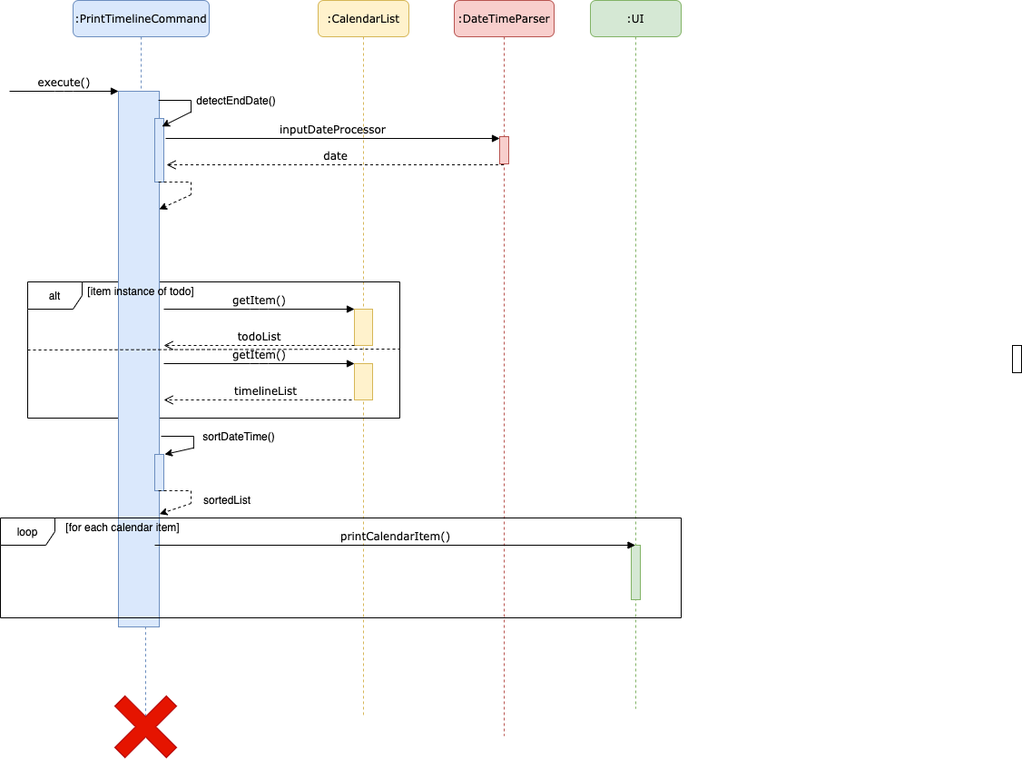
nus-cs2113-AY2021S1/tp keeps this draw.io diagram as docs/images/PrintTimelineCommand_SD.png. Above is the earlier version. Source tidied: cells renumbered, new cells last; positions are measured from the earlier drawing's top-left corner, leaving out a move shared by most shapes.
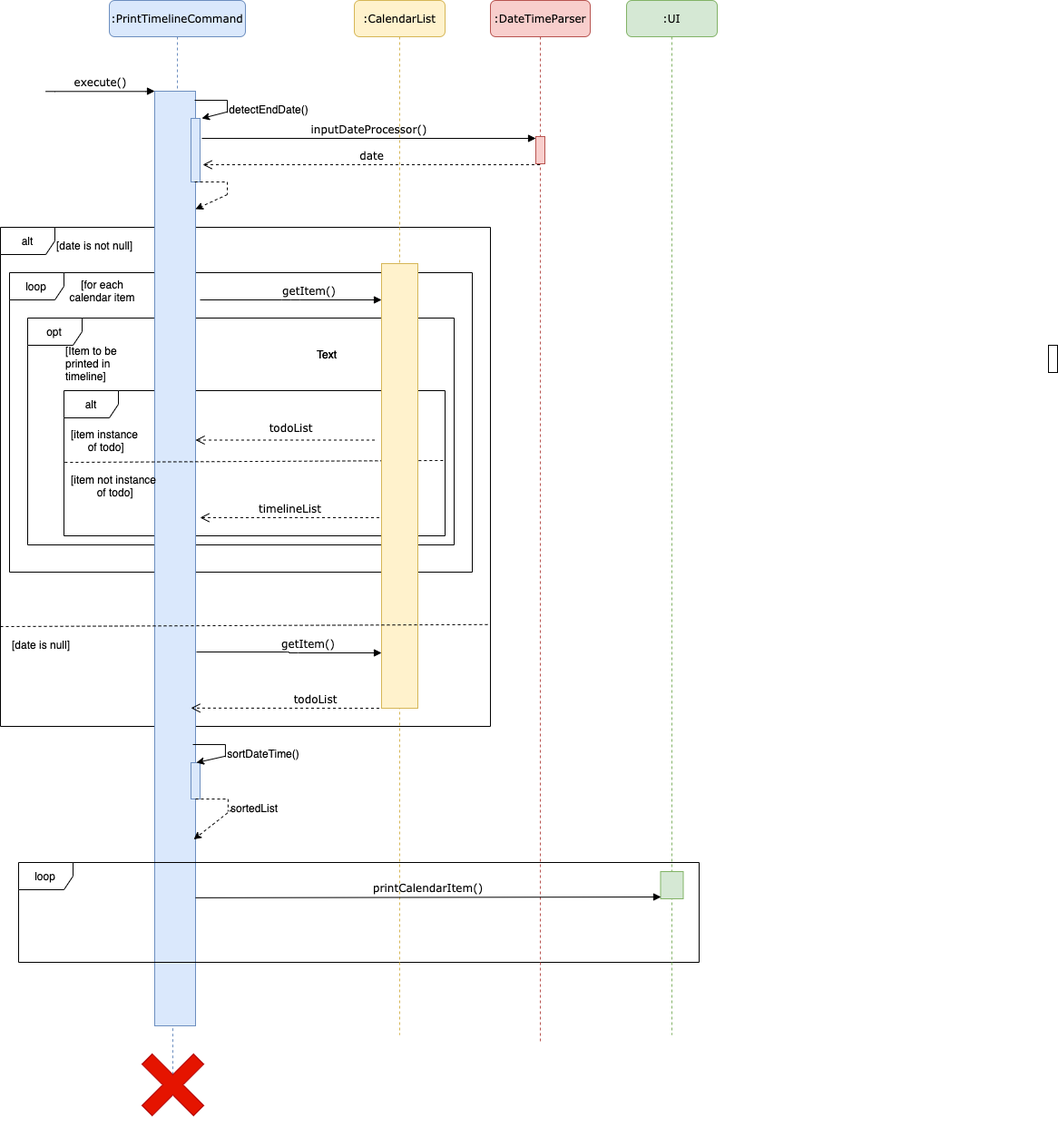
The same file after the commit.

Diff of the diagram source:
```diff
@@ -2,36 +2,69 @@
   <root>
     <mxCell id="0" />
     <mxCell id="1" parent="0" />
+    <mxCell id="40" value="opt" style="shape=umlFrame;whiteSpace=wrap;html=1;" parent="1" vertex="1">
+      <mxGeometry x="-10" y="350" width="470" height="250" as="geometry" />
+    </mxCell>
+    <mxCell id="41" value="loop" style="shape=umlFrame;whiteSpace=wrap;html=1;" parent="1" vertex="1">
+      <mxGeometry x="-30" y="300" width="510" height="330" as="geometry" />
+    </mxCell>
+    <mxCell id="42" value="alt" style="shape=umlFrame;whiteSpace=wrap;html=1;" parent="1" vertex="1">
+      <mxGeometry x="-40" y="250" width="540" height="550" as="geometry" />
+    </mxCell>
+    <mxCell id="9" value=":PrintTimelineCommand" style="shape=umlLifeline;perimeter=lifelinePerimeter;whiteSpace=wrap;html=1;rounded=1;shadow=0;comic=0;labelBackgroundColor=none;strokeWidth=1;fontFamily=Verdana;fontSize=12;align=center;fillColor=#dae8fc;strokeColor=#6c8ebf;size=40;" parent="1" vertex="1">
+      <mxGeometry x="80" width="150" height="1130" as="geometry" />
+    </mxCell>
+    <mxCell id="43" value="alt" style="shape=umlFrame;whiteSpace=wrap;html=1;" parent="9" vertex="1">
+      <mxGeometry x="-50" y="430" width="420" height="160" as="geometry" />
+    </mxCell>
+    <mxCell id="10" style="html=1;points=[];perimeter=orthogonalPerimeter;rounded=0;shadow=0;comic=0;labelBackgroundColor=none;strokeWidth=1;fontFamily=Verdana;fontSize=12;align=center;fillColor=#dae8fc;strokeColor=#6c8ebf;" parent="9" vertex="1">
+      <mxGeometry x="50" y="100" width="45" height="1030" as="geometry" />
+    </mxCell>
+    <mxCell id="11" style="html=1;points=[];perimeter=orthogonalPerimeter;fillColor=#dae8fc;strokeColor=#6c8ebf;" parent="9" vertex="1">
+      <mxGeometry x="90" y="130" width="10" height="70" as="geometry" />
+    </mxCell>
+    <mxCell id="22" style="html=1;perimeter=orthogonalPerimeter;fillColor=#dae8fc;strokeColor=#6c8ebf;" parent="9" vertex="1">
+      <mxGeometry x="90" y="840" width="10" height="40" as="geometry" />
+    </mxCell>
+    <mxCell id="44" style="endArrow=none;dashed=1;html=1;exitX=0.002;exitY=0.494;exitDx=0;exitDy=0;exitPerimeter=0;entryX=1.002;entryY=0.481;entryDx=0;entryDy=0;entryPerimeter=0;" parent="9" edge="1" source="43" target="43">
+      <mxGeometry relative="1" as="geometry" />
+    </mxCell>
+    <mxCell id="19" value="timelineList" style="html=1;verticalAlign=bottom;endArrow=open;dashed=1;endSize=8;labelBackgroundColor=none;fontFamily=Verdana;fontSize=12;elbow=vertical;" parent="9" edge="1">
+      <mxGeometry relative="1" as="geometry">
+        <mxPoint x="297.5" y="570" as="sourcePoint" />
+        <mxPoint x="100" y="570" as="targetPoint" />
+      </mxGeometry>
+    </mxCell>
+    <mxCell id="18" value="todoList" style="html=1;verticalAlign=bottom;endArrow=open;dashed=1;endSize=8;labelBackgroundColor=none;fontFamily=Verdana;fontSize=12;elbow=vertical;" parent="9" edge="1">
+      <mxGeometry x="-0.06" y="-4" relative="1" as="geometry">
+        <mxPoint x="292.5" y="484.5" as="sourcePoint" />
+        <mxPoint x="95" y="484.5" as="targetPoint" />
+      </mxGeometry>
+    </mxCell>
+    <mxCell id="20" value="[item instance&lt;br&gt;&amp;nbsp;of todo]" style="text;html=1;strokeColor=none;fillColor=none;align=center;verticalAlign=middle;whiteSpace=wrap;rounded=0;" parent="9" vertex="1">
+      <mxGeometry x="-70" y="475" width="130" height="20" as="geometry" />
+    </mxCell>
+    <mxCell id="26" value="loop" style="shape=umlFrame;whiteSpace=wrap;html=1;" parent="1" vertex="1">
+      <mxGeometry x="-20" y="950" width="750" height="110" as="geometry" />
+    </mxCell>
     <mxCell id="2" value=":CalendarList" style="shape=umlLifeline;perimeter=lifelinePerimeter;whiteSpace=wrap;html=1;rounded=1;shadow=0;comic=0;labelBackgroundColor=none;strokeWidth=1;fontFamily=Verdana;fontSize=12;align=center;fillColor=#fff2cc;strokeColor=#d6b656;" parent="1" vertex="1">
-      <mxGeometry x="350" width="100" height="790" as="geometry" />
+      <mxGeometry x="350" width="100" height="1140" as="geometry" />
     </mxCell>
     <mxCell id="3" style="html=1;perimeter=orthogonalPerimeter;rounded=0;shadow=0;comic=0;labelBackgroundColor=none;strokeWidth=1;fontFamily=Verdana;fontSize=12;align=center;fillColor=#fff2cc;strokeColor=#d6b656;" parent="2" vertex="1">
-      <mxGeometry x="40" y="340" width="20" height="40" as="geometry" />
+      <mxGeometry x="30" y="290" width="40" height="490" as="geometry" />
     </mxCell>
-    <mxCell id="4" value="alt" style="shape=umlFrame;whiteSpace=wrap;html=1;" parent="2" vertex="1">
-      <mxGeometry x="-320" y="310" width="410" height="150" as="geometry" />
-    </mxCell>
     <mxCell id="5" value=":DateTimeParser" style="shape=umlLifeline;perimeter=lifelinePerimeter;whiteSpace=wrap;html=1;outlineConnect=0;rounded=1;shadow=0;comic=0;labelBackgroundColor=none;strokeWidth=1;fontFamily=Verdana;fontSize=12;align=center;fillColor=#f8cecc;strokeColor=#b85450;" parent="1" vertex="1">
-      <mxGeometry x="500" width="110" height="810" as="geometry" />
+      <mxGeometry x="500" width="110" height="1150" as="geometry" />
     </mxCell>
     <mxCell id="6" style="html=1;perimeter=orthogonalPerimeter;rounded=0;shadow=0;comic=0;labelBackgroundColor=none;strokeWidth=1;fontFamily=Verdana;fontSize=12;align=center;fillColor=#f8cecc;strokeColor=#b85450;" parent="5" vertex="1">
       <mxGeometry x="50" y="150" width="10" height="30" as="geometry" />
     </mxCell>
     <mxCell id="7" value=":UI" style="shape=umlLifeline;perimeter=lifelinePerimeter;whiteSpace=wrap;html=1;outlineConnect=0;rounded=1;shadow=0;comic=0;labelBackgroundColor=none;strokeWidth=1;fontFamily=Verdana;fontSize=12;align=center;fillColor=#d5e8d4;strokeColor=#82b366;" parent="1" vertex="1">
-      <mxGeometry x="650" width="100" height="780" as="geometry" />
+      <mxGeometry x="650" width="100" height="1140" as="geometry" />
     </mxCell>
     <mxCell id="8" style="html=1;points=[];perimeter=orthogonalPerimeter;rounded=0;shadow=0;comic=0;labelBackgroundColor=none;strokeWidth=1;fontFamily=Verdana;fontSize=12;align=center;fillColor=#d5e8d4;strokeColor=#82b366;" parent="7" vertex="1">
-      <mxGeometry x="45" y="600" width="10" height="60" as="geometry" />
+      <mxGeometry x="37.5" y="960" width="25" height="30" as="geometry" />
     </mxCell>
-    <mxCell id="9" value=":PrintTimelineCommand" style="shape=umlLifeline;perimeter=lifelinePerimeter;whiteSpace=wrap;html=1;rounded=1;shadow=0;comic=0;labelBackgroundColor=none;strokeWidth=1;fontFamily=Verdana;fontSize=12;align=center;fillColor=#dae8fc;strokeColor=#6c8ebf;size=40;" parent="1" vertex="1">
-      <mxGeometry x="80" width="150" height="690" as="geometry" />
-    </mxCell>
-    <mxCell id="10" style="html=1;points=[];perimeter=orthogonalPerimeter;rounded=0;shadow=0;comic=0;labelBackgroundColor=none;strokeWidth=1;fontFamily=Verdana;fontSize=12;align=center;fillColor=#dae8fc;strokeColor=#6c8ebf;" parent="9" vertex="1">
-      <mxGeometry x="50" y="100" width="45" height="590" as="geometry" />
-    </mxCell>
-    <mxCell id="11" style="html=1;points=[];perimeter=orthogonalPerimeter;fillColor=#dae8fc;strokeColor=#6c8ebf;" parent="9" vertex="1">
-      <mxGeometry x="90" y="130" width="10" height="70" as="geometry" />
-    </mxCell>
     <mxCell id="12" style="html=1;perimeter=orthogonalPerimeter;rounded=0;shadow=0;comic=0;labelBackgroundColor=none;strokeColor=#000000;strokeWidth=1;fillColor=#FFFFFF;fontFamily=Verdana;fontSize=12;fontColor=#000000;align=center;" parent="1" vertex="1">
       <mxGeometry x="1115" y="380" width="10" height="30" as="geometry" />
     </mxCell>
@@ -41,7 +74,7 @@
         <mxPoint x="130" y="100" as="targetPoint" />
       </mxGeometry>
     </mxCell>
-    <mxCell id="14" value="inputDateProcessor" style="html=1;verticalAlign=bottom;endArrow=block;labelBackgroundColor=none;fontFamily=Verdana;fontSize=12;elbow=vertical;exitX=1.2;exitY=0.314;exitDx=0;exitDy=0;exitPerimeter=0;" parent="1" edge="1" source="11">
+    <mxCell id="14" value="inputDateProcessor()" style="html=1;verticalAlign=bottom;endArrow=block;labelBackgroundColor=none;fontFamily=Verdana;fontSize=12;elbow=vertical;exitX=1.2;exitY=0.314;exitDx=0;exitDy=0;exitPerimeter=0;" parent="1" edge="1" source="11">
       <mxGeometry relative="1" as="geometry">
         <mxPoint x="550" y="152" as="targetPoint" />
       </mxGeometry>
@@ -50,62 +83,25 @@
       <mxGeometry relative="1" as="geometry" />
     </mxCell>
     <mxCell id="16" value="getItem()" style="html=1;verticalAlign=bottom;endArrow=block;labelBackgroundColor=none;fontFamily=Verdana;fontSize=12;edgeStyle=elbowEdgeStyle;elbow=horizontal;" parent="1" edge="1">
-      <mxGeometry relative="1" as="geometry">
-        <mxPoint x="180" y="340" as="sourcePoint" />
-        <mxPoint x="390" y="340" as="targetPoint" />
+      <mxGeometry x="0.2" relative="1" as="geometry">
+        <mxPoint x="180" y="330" as="sourcePoint" />
+        <mxPoint x="380" y="330" as="targetPoint" />
       </mxGeometry>
     </mxCell>
-    <mxCell id="17" value="getItem()" style="html=1;verticalAlign=bottom;endArrow=block;labelBackgroundColor=none;fontFamily=Verdana;fontSize=12;edgeStyle=elbowEdgeStyle;elbow=horizontal;entryX=0;entryY=0;entryDx=0;entryDy=0;entryPerimeter=0;" parent="1" edge="1" target="39">
-      <mxGeometry relative="1" as="geometry">
-        <mxPoint x="180" y="400" as="sourcePoint" />
-      </mxGeometry>
-    </mxCell>
-    <mxCell id="18" value="todoList" style="html=1;verticalAlign=bottom;endArrow=open;dashed=1;endSize=8;labelBackgroundColor=none;fontFamily=Verdana;fontSize=12;elbow=vertical;" parent="1" edge="1">
-      <mxGeometry relative="1" as="geometry">
-        <mxPoint x="390" y="380" as="sourcePoint" />
-        <mxPoint x="180" y="380" as="targetPoint" />
-      </mxGeometry>
-    </mxCell>
-    <mxCell id="19" value="timelineList" style="html=1;verticalAlign=bottom;endArrow=open;dashed=1;endSize=8;labelBackgroundColor=none;fontFamily=Verdana;fontSize=12;elbow=vertical;" parent="1" edge="1">
-      <mxGeometry relative="1" as="geometry">
-        <mxPoint x="405" y="440" as="sourcePoint" />
-        <mxPoint x="180" y="440" as="targetPoint" />
-      </mxGeometry>
-    </mxCell>
-    <mxCell id="20" value="[item instance of todo]" style="text;html=1;strokeColor=none;fillColor=none;align=center;verticalAlign=middle;whiteSpace=wrap;rounded=0;" parent="1" vertex="1">
-      <mxGeometry x="90" y="310" width="130" height="20" as="geometry" />
-    </mxCell>
-    <mxCell id="21" style="endArrow=none;html=1;dashed=1;entryX=1;entryY=0.493;entryDx=0;entryDy=0;entryPerimeter=0;" parent="1" edge="1" target="4">
-      <mxGeometry relative="1" as="geometry">
-        <mxPoint x="30" y="385" as="sourcePoint" />
-      </mxGeometry>
-    </mxCell>
-    <mxCell id="22" style="html=1;perimeter=orthogonalPerimeter;fillColor=#dae8fc;strokeColor=#6c8ebf;" parent="1" vertex="1">
-      <mxGeometry x="170" y="500" width="10" height="40" as="geometry" />
-    </mxCell>
     <mxCell id="23" style="endArrow=none;dashed=1;html=1;fillColor=#dae8fc;strokeColor=#6c8ebf;exitX=0;exitY=0;exitDx=32;exitDy=32;exitPerimeter=0;" parent="1" edge="1" source="24">
       <mxGeometry relative="1" as="geometry">
-        <mxPoint x="160" y="690" as="targetPoint" />
+        <mxPoint x="150" y="1130" as="targetPoint" />
       </mxGeometry>
     </mxCell>
     <mxCell id="24" style="shape=cross;whiteSpace=wrap;html=1;rotation=45;fillColor=#e51400;strokeColor=#B20000;fontColor=#ffffff;" parent="1" vertex="1">
-      <mxGeometry x="120" y="760" width="80" height="80" as="geometry" />
+      <mxGeometry x="110" y="1155" width="80" height="80" as="geometry" />
     </mxCell>
-    <mxCell id="25" value="printCalendarItem()" style="html=1;verticalAlign=bottom;endArrow=block;labelBackgroundColor=none;fontFamily=Verdana;fontSize=12;elbow=vertical;exitX=1.2;exitY=0.314;exitDx=0;exitDy=0;exitPerimeter=0;" parent="1" edge="1" target="7">
-      <mxGeometry relative="1" as="geometry">
-        <mxPoint x="170" y="600" as="sourcePoint" />
-      </mxGeometry>
+    <mxCell id="25" value="printCalendarItem()" style="html=1;verticalAlign=bottom;endArrow=block;labelBackgroundColor=none;fontFamily=Verdana;fontSize=12;elbow=vertical;exitX=1;exitY=0.863;exitDx=0;exitDy=0;exitPerimeter=0;entryX=0.02;entryY=0.933;entryDx=0;entryDy=0;entryPerimeter=0;" parent="1" edge="1" source="10" target="8">
+      <mxGeometry relative="1" as="geometry" />
     </mxCell>
-    <mxCell id="26" value="loop" style="shape=umlFrame;whiteSpace=wrap;html=1;" parent="1" vertex="1">
-      <mxGeometry y="570" width="750" height="110" as="geometry" />
-    </mxCell>
-    <mxCell id="27" value="[for each calendar item]" style="text;html=1;strokeColor=none;fillColor=none;align=center;verticalAlign=middle;whiteSpace=wrap;rounded=0;" parent="1" vertex="1">
-      <mxGeometry x="60" y="570" width="150" height="20" as="geometry" />
-    </mxCell>
-    <mxCell id="28" style="endArrow=classic;html=1;strokeColor=#000000;strokeWidth=1;fontSize=16;fontColor=#000000;entryX=1;entryY=0;entryDx=0;entryDy=0;" parent="1" edge="1">
+    <mxCell id="28" style="endArrow=classic;html=1;strokeColor=#000000;strokeWidth=1;fontSize=16;fontColor=#000000;entryX=1.2;entryY=0;entryDx=0;entryDy=0;entryPerimeter=0;" parent="1" edge="1" target="11">
       <mxGeometry relative="1" as="geometry">
         <mxPoint x="210" y="122.8" as="sourcePoint" />
-        <mxPoint x="178" y="138.8" as="targetPoint" />
       </mxGeometry>
     </mxCell>
     <mxCell id="29" style="endArrow=none;html=1;strokeColor=#000000;strokeWidth=1;fontSize=16;fontColor=#000000;edgeStyle=orthogonalEdgeStyle;rounded=0;" parent="1" edge="1">
@@ -118,7 +114,7 @@
       </mxGeometry>
     </mxCell>
     <mxCell id="30" value="detectEndDate()" style="text;html=1;strokeColor=none;fillColor=none;align=center;verticalAlign=middle;whiteSpace=wrap;rounded=0;" parent="1" vertex="1">
-      <mxGeometry x="240" y="100" width="40" height="20" as="geometry" />
+      <mxGeometry x="235.9" y="110" width="40" height="20" as="geometry" />
     </mxCell>
     <mxCell id="31" style="endArrow=none;html=1;strokeColor=#000000;strokeWidth=1;fontSize=16;fontColor=#000000;edgeStyle=orthogonalEdgeStyle;rounded=0;dashed=1;" parent="1" edge="1">
       <mxGeometry relative="1" as="geometry">
@@ -137,42 +133,78 @@
     </mxCell>
     <mxCell id="33" style="endArrow=classic;html=1;strokeColor=#000000;strokeWidth=1;fontSize=16;fontColor=#000000;" parent="1" edge="1">
       <mxGeometry relative="1" as="geometry">
-        <mxPoint x="212.9" y="492.8" as="sourcePoint" />
-        <mxPoint x="181" y="500" as="targetPoint" />
+        <mxPoint x="207.9" y="832.8" as="sourcePoint" />
+        <mxPoint x="176" y="840" as="targetPoint" />
       </mxGeometry>
     </mxCell>
     <mxCell id="34" style="endArrow=none;html=1;strokeColor=#000000;strokeWidth=1;fontSize=16;fontColor=#000000;edgeStyle=orthogonalEdgeStyle;rounded=0;" parent="1" edge="1">
       <mxGeometry relative="1" as="geometry">
-        <mxPoint x="177" y="480" as="sourcePoint" />
-        <mxPoint x="212.9" y="493.8" as="targetPoint" />
+        <mxPoint x="172" y="820" as="sourcePoint" />
+        <mxPoint x="207.9" y="833.8" as="targetPoint" />
         <Array as="points">
-          <mxPoint x="213" y="480" />
+          <mxPoint x="208" y="820" />
         </Array>
       </mxGeometry>
     </mxCell>
     <mxCell id="35" value="sortDateTime()" style="text;html=1;strokeColor=none;fillColor=none;align=center;verticalAlign=middle;whiteSpace=wrap;rounded=0;" parent="1" vertex="1">
-      <mxGeometry x="242.9" y="470" width="40" height="20" as="geometry" />
+      <mxGeometry x="230" y="820" width="40" height="20" as="geometry" />
     </mxCell>
-    <mxCell id="36" style="endArrow=none;html=1;strokeColor=#000000;strokeWidth=1;fontSize=16;fontColor=#000000;edgeStyle=orthogonalEdgeStyle;rounded=0;dashed=1;" parent="1" edge="1">
-      <mxGeometry relative="1" as="geometry">
-        <mxPoint x="174.1" y="540" as="sourcePoint" />
-        <mxPoint x="210" y="553.8" as="targetPoint" />
-        <Array as="points">
-          <mxPoint x="210.1" y="540" />
-        </Array>
-      </mxGeometry>
-    </mxCell>
-    <mxCell id="37" style="endArrow=classic;html=1;strokeColor=#000000;strokeWidth=1;fontSize=16;fontColor=#000000;entryX=1.008;entryY=0.213;entryDx=0;entryDy=0;entryPerimeter=0;dashed=1;" parent="1" edge="1">
-      <mxGeometry relative="1" as="geometry">
-        <mxPoint x="210" y="554" as="sourcePoint" />
-        <mxPoint x="175.3" y="565.7" as="targetPoint" />
-      </mxGeometry>
-    </mxCell>
+    <mxCell id="45" value="[date is not null]" style="text;html=1;strokeColor=none;fillColor=none;align=left;verticalAlign=middle;whiteSpace=wrap;rounded=0;" parent="1" vertex="1">
+      <mxGeometry x="20" y="260" width="130" height="20" as="geometry" />
+    </mxCell>
+    <mxCell id="46" value="[Item to be printed in timeline]" style="text;html=1;strokeColor=none;fillColor=none;align=left;verticalAlign=middle;whiteSpace=wrap;rounded=0;" parent="1" vertex="1">
+      <mxGeometry x="30" y="390" width="90" height="20" as="geometry" />
+    </mxCell>
+    <mxCell id="47" value="[item not instance&lt;br&gt;&amp;nbsp;of todo]" style="text;html=1;strokeColor=none;fillColor=none;align=center;verticalAlign=middle;whiteSpace=wrap;rounded=0;" parent="1" vertex="1">
+      <mxGeometry x="20" y="525" width="130" height="20" as="geometry" />
+    </mxCell>
+    <mxCell id="48" value="Text" style="text;html=1;strokeColor=none;fillColor=none;align=center;verticalAlign=middle;whiteSpace=wrap;rounded=0;" parent="1" vertex="1">
+      <mxGeometry x="300" y="380" width="40" height="20" as="geometry" />
+    </mxCell>
+    <mxCell id="49" value="Text" style="text;html=1;strokeColor=none;fillColor=none;align=center;verticalAlign=middle;whiteSpace=wrap;rounded=0;" parent="1" vertex="1">
+      <mxGeometry x="300" y="380" width="40" height="20" as="geometry" />
+    </mxCell>
+    <mxCell id="50" value="[for each calendar item" style="text;html=1;strokeColor=none;fillColor=none;align=center;verticalAlign=middle;whiteSpace=wrap;rounded=0;" parent="1" vertex="1">
+      <mxGeometry x="35" y="310" width="75" height="20" as="geometry" />
+    </mxCell>
+    <mxCell id="51" style="endArrow=classic;html=1;strokeColor=#000000;strokeWidth=1;fontSize=16;fontColor=#000000;dashed=1;entryX=1.067;entryY=0.663;entryDx=0;entryDy=0;entryPerimeter=0;" parent="1" edge="1">
+      <mxGeometry relative="1" as="geometry">
+        <mxPoint x="215" y="891.7" as="sourcePoint" />
+        <mxPoint x="173" y="924.6" as="targetPoint" />
+      </mxGeometry>
+    </mxCell>
+    <mxCell id="52" style="endArrow=none;html=1;strokeColor=#000000;strokeWidth=1;fontSize=16;fontColor=#000000;edgeStyle=orthogonalEdgeStyle;rounded=0;dashed=1;" parent="1" edge="1">
+      <mxGeometry relative="1" as="geometry">
+        <mxPoint x="175" y="880" as="sourcePoint" />
+        <mxPoint x="210.9" y="893.8" as="targetPoint" />
+        <Array as="points">
+          <mxPoint x="211" y="880" />
+        </Array>
+      </mxGeometry>
+    </mxCell>
     <mxCell id="38" value="sortedList" style="text;html=1;strokeColor=none;fillColor=none;align=center;verticalAlign=middle;whiteSpace=wrap;rounded=0;" parent="1" vertex="1">
-      <mxGeometry x="230" y="540" width="40" height="20" as="geometry" />
+      <mxGeometry x="220" y="880" width="40" height="20" as="geometry" />
     </mxCell>
-    <mxCell id="39" style="html=1;points=[];perimeter=orthogonalPerimeter;rounded=0;shadow=0;comic=0;labelBackgroundColor=none;strokeWidth=1;fontFamily=Verdana;fontSize=12;align=center;fillColor=#fff2cc;strokeColor=#d6b656;" parent="1" vertex="1">
-      <mxGeometry x="390" y="400" width="20" height="40" as="geometry" />
-    </mxCell>
+    <mxCell id="53" style="endArrow=none;dashed=1;html=1;entryX=1;entryY=0.796;entryDx=0;entryDy=0;entryPerimeter=0;" parent="1" edge="1" target="42">
+      <mxGeometry relative="1" as="geometry">
+        <mxPoint x="-40" y="690" as="sourcePoint" />
+      </mxGeometry>
+    </mxCell>
+    <mxCell id="54" value="[date is null]" style="text;html=1;strokeColor=none;fillColor=none;align=center;verticalAlign=middle;whiteSpace=wrap;rounded=0;" parent="1" vertex="1">
+      <mxGeometry x="-30" y="700" width="70" height="20" as="geometry" />
+    </mxCell>
+    <mxCell id="17" value="getItem()" style="html=1;verticalAlign=bottom;endArrow=block;labelBackgroundColor=none;fontFamily=Verdana;fontSize=12;edgeStyle=elbowEdgeStyle;elbow=horizontal;exitX=1.022;exitY=0.6;exitDx=0;exitDy=0;exitPerimeter=0;" parent="1" edge="1" source="10">
+      <mxGeometry x="0.2" relative="1" as="geometry">
+        <mxPoint x="380" y="719" as="targetPoint" />
+        <Array as="points">
+          <mxPoint x="278" y="719" />
+        </Array>
+      </mxGeometry>
+    </mxCell>
+    <mxCell id="55" value="todoList" style="html=1;verticalAlign=bottom;endArrow=open;dashed=1;endSize=8;labelBackgroundColor=none;fontFamily=Verdana;fontSize=12;elbow=vertical;entryX=0.889;entryY=0.66;entryDx=0;entryDy=0;entryPerimeter=0;" parent="1" edge="1" target="10">
+      <mxGeometry x="-0.32" relative="1" as="geometry">
+        <mxPoint x="377.5" y="780" as="sourcePoint" />
+      </mxGeometry>
+    </mxCell>
   </root>
 </mxGraphModel>
```
